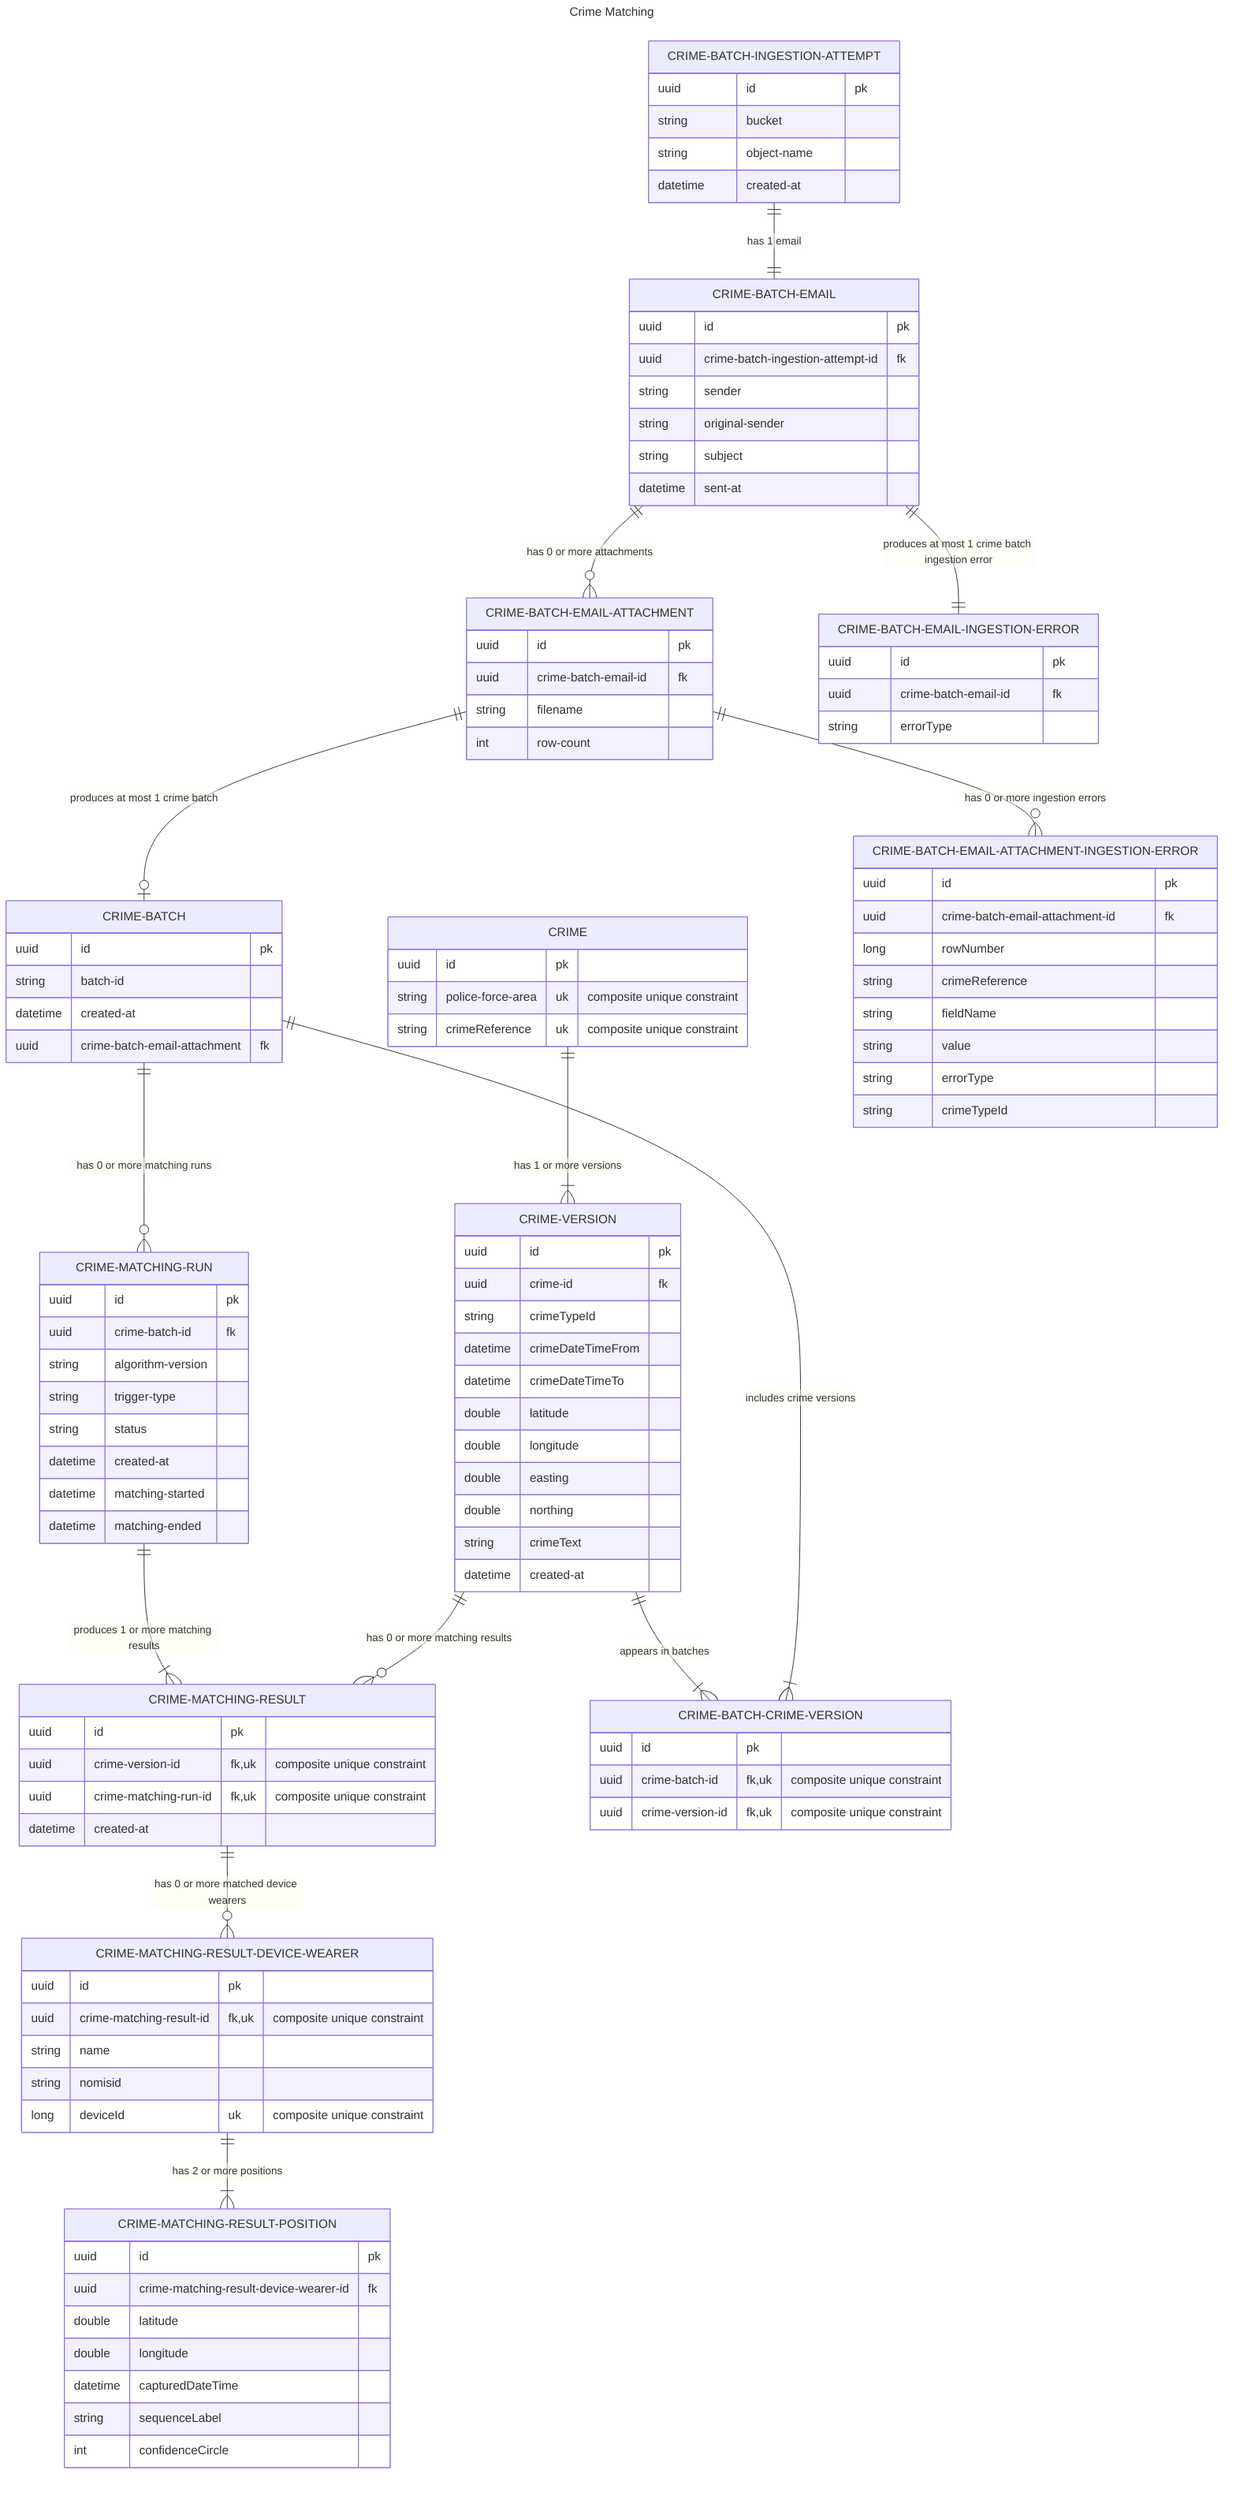
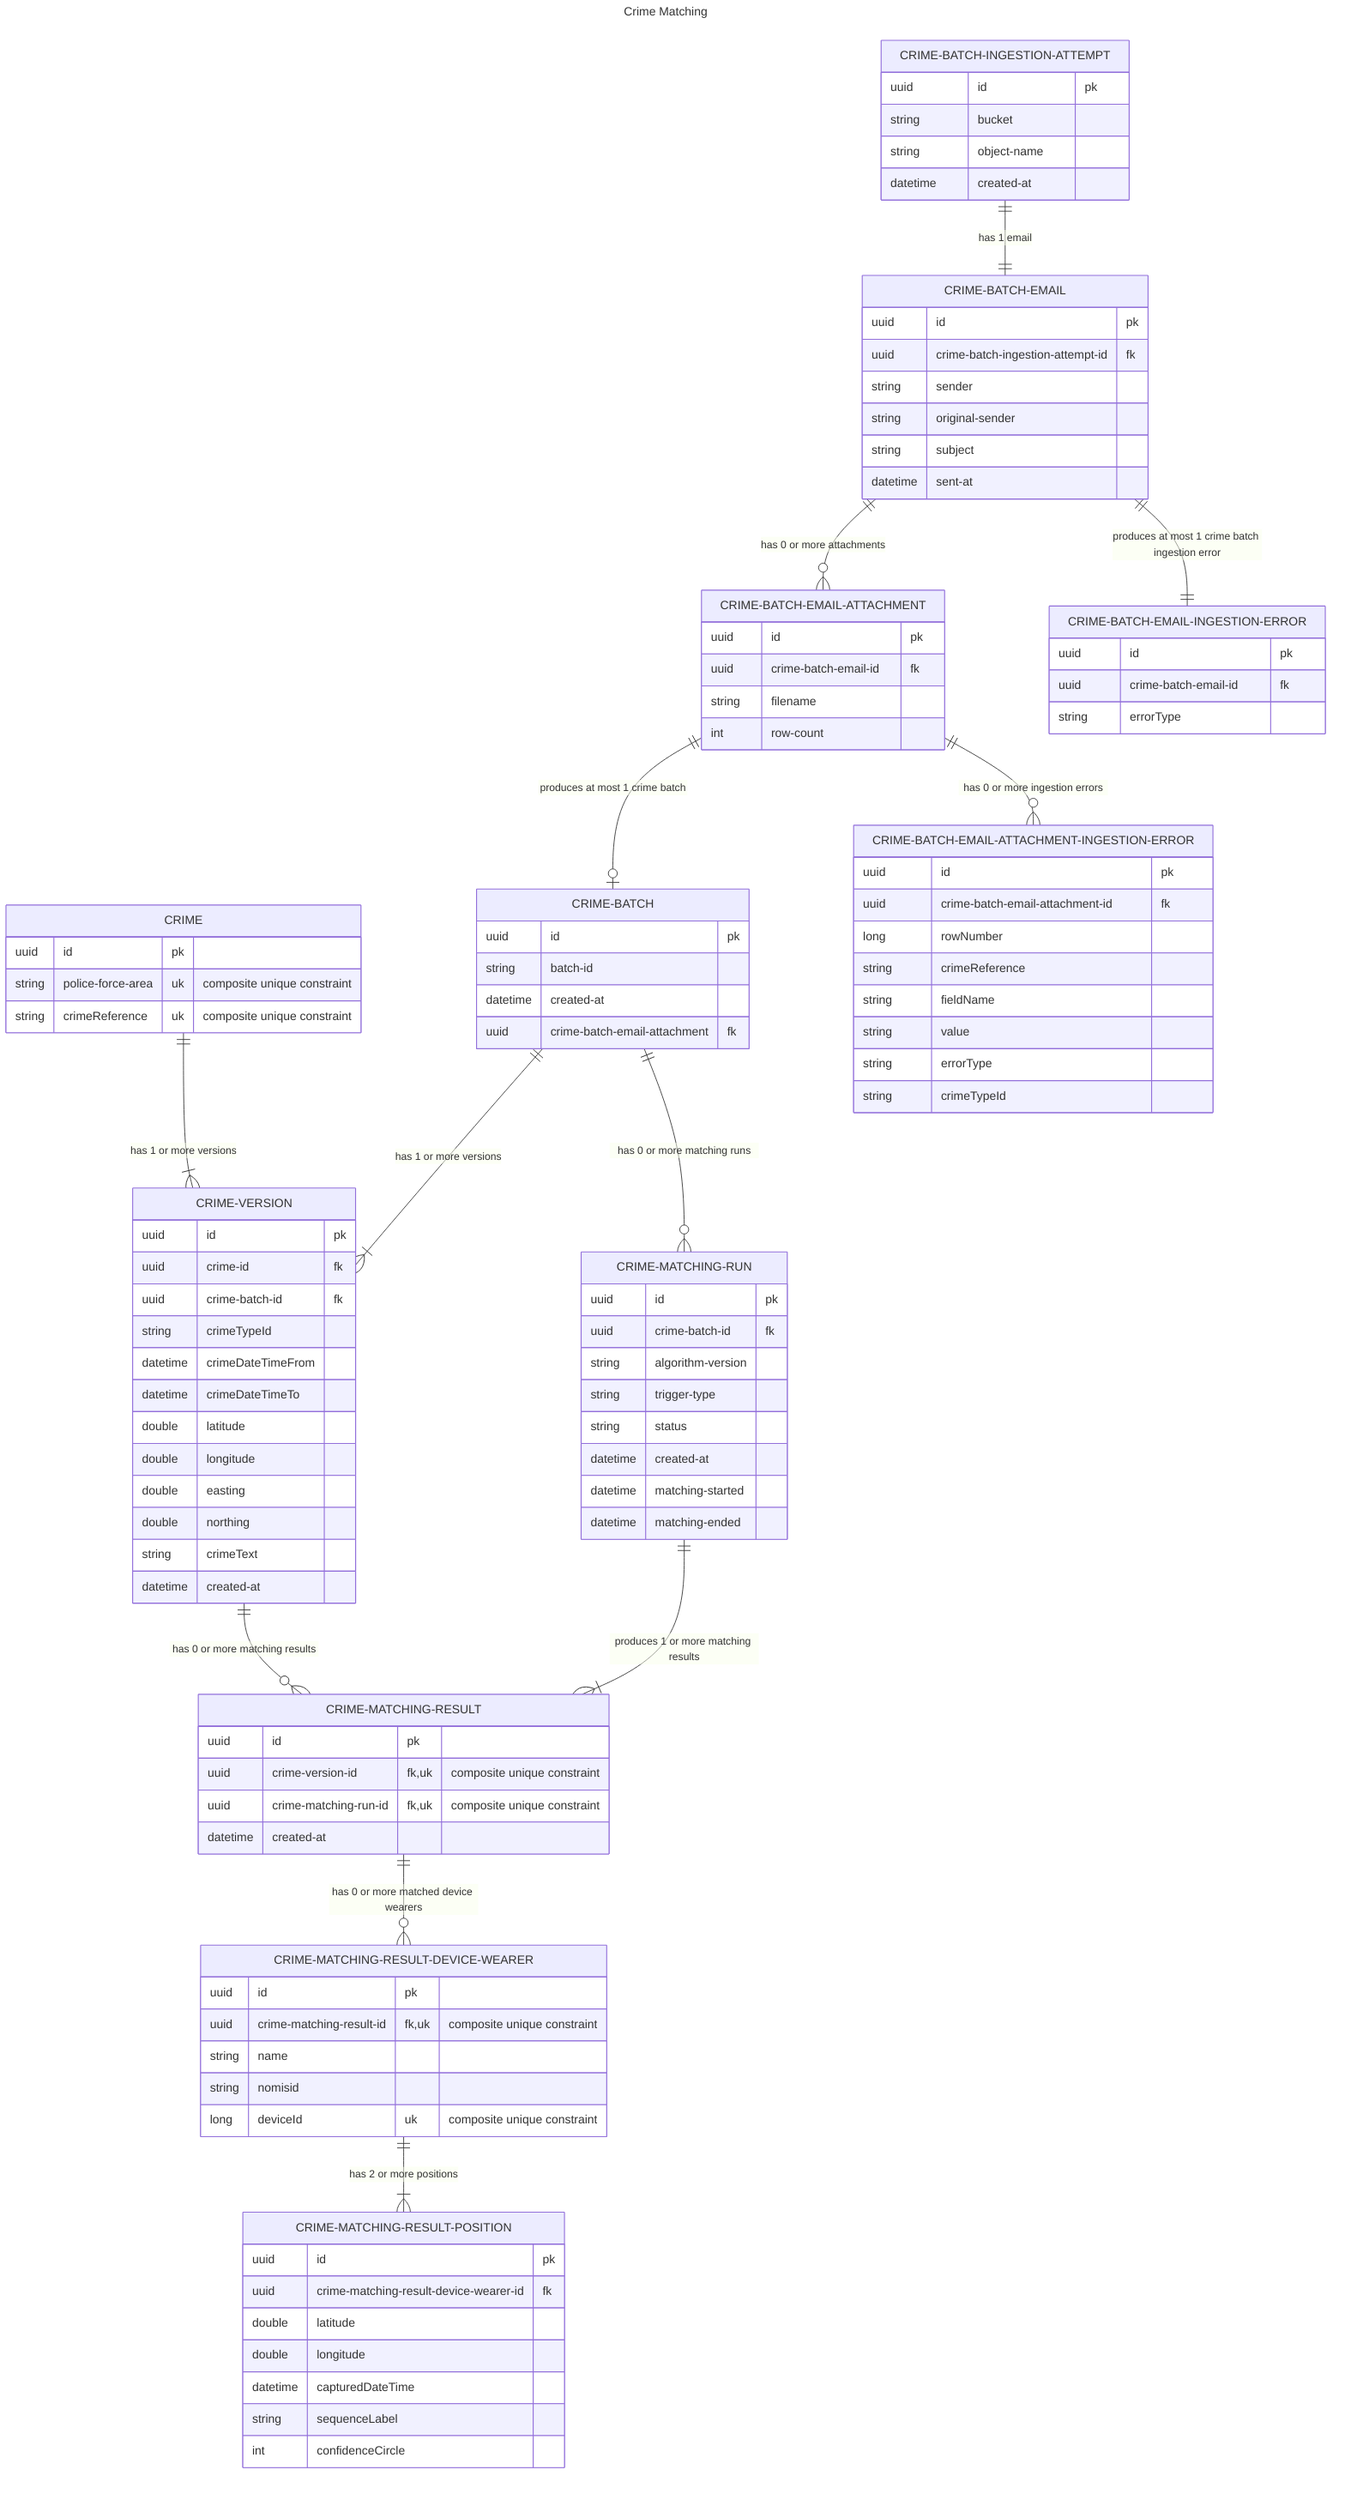
---
title: Crime Matching
---
erDiagram
    %% Domain
    CRIME 1 to 1+ CRIME-VERSION : "has 1 or more versions"
    CRIME-VERSION 1 to 0+ CRIME-MATCHING-RESULT : "has 0 or more matching results"
-     CRIME-BATCH 1 to 1+ CRIME-BATCH-CRIME-VERSION : "includes crime versions"
-     CRIME-VERSION 1 to 1+ CRIME-BATCH-CRIME-VERSION : "appears in batches"
+     CRIME-BATCH 1 to 1+ CRIME-VERSION : "has 1 or more versions"

    %% Ingestion
    CRIME-BATCH-EMAIL-ATTACHMENT 1 to zero or one CRIME-BATCH : "produces at most 1 crime batch"
    CRIME-BATCH-INGESTION-ATTEMPT 1 to 1 CRIME-BATCH-EMAIL : "has 1 email"
    CRIME-BATCH-EMAIL 1 to 0+ CRIME-BATCH-EMAIL-ATTACHMENT : "has 0 or more attachments"
    CRIME-BATCH-EMAIL-ATTACHMENT 1 to zero or more CRIME-BATCH-EMAIL-ATTACHMENT-INGESTION-ERROR : "has 0 or more ingestion errors"
    CRIME-BATCH-EMAIL 1 to 1 CRIME-BATCH-EMAIL-INGESTION-ERROR : "produces at most 1 crime batch ingestion error"

    %% Matching
    CRIME-BATCH 1 to 0+ CRIME-MATCHING-RUN : "has 0 or more matching runs"
    CRIME-MATCHING-RUN 1 to 1+ CRIME-MATCHING-RESULT : "produces 1 or more matching results"
    CRIME-MATCHING-RESULT 1 to 0+ CRIME-MATCHING-RESULT-DEVICE-WEARER : "has 0 or more matched device wearers"
    CRIME-MATCHING-RESULT-DEVICE-WEARER 1 to 1+ CRIME-MATCHING-RESULT-POSITION : "has 2 or more positions"

    CRIME-BATCH {
        uuid id pk
        string batch-id
        datetime created-at
        uuid crime-batch-email-attachment fk
-     }
- 
-     CRIME-BATCH-CRIME-VERSION {
-         uuid id pk
-         uuid crime-batch-id fk, uk "composite unique constraint"
-         uuid crime-version-id fk, uk "composite unique constraint"
    }

    CRIME-BATCH-INGESTION-ATTEMPT {
        uuid id pk
        string bucket
        string object-name
        datetime created-at
    }

    CRIME-BATCH-EMAIL-INGESTION-ERROR  {
        uuid id pk
        uuid crime-batch-email-id fk
        string errorType
    }

    CRIME-BATCH-EMAIL {
        uuid id pk
        uuid crime-batch-ingestion-attempt-id fk
        string sender
        string original-sender
        string subject
        datetime sent-at
    }

    CRIME-BATCH-EMAIL-ATTACHMENT {
        uuid id pk
        uuid crime-batch-email-id fk
        string filename
        int row-count
    }

    CRIME-BATCH-EMAIL-ATTACHMENT-INGESTION-ERROR {
        uuid id pk
        uuid crime-batch-email-attachment-id fk
        long rowNumber
        string crimeReference
        string fieldName
        string value
        string errorType
        string crimeTypeId
    }

    CRIME {
        uuid id pk
        string police-force-area uk "composite unique constraint"
        string crimeReference uk "composite unique constraint"
    }

    CRIME-VERSION {
        uuid id pk
        uuid crime-id fk
+         uuid crime-batch-id fk
        string crimeTypeId
        datetime crimeDateTimeFrom
        datetime crimeDateTimeTo
        double latitude
        double longitude
        double easting
        double northing
        string crimeText
        datetime created-at
    }

    CRIME-MATCHING-RUN {
        uuid id pk
        uuid crime-batch-id fk
        string algorithm-version
        string trigger-type
        string status
        datetime created-at
        datetime matching-started
        datetime matching-ended
    }

    CRIME-MATCHING-RESULT {
        uuid id pk
        uuid crime-version-id fk, uk "composite unique constraint"
        uuid crime-matching-run-id fk, uk "composite unique constraint"
        datetime created-at
    }

    CRIME-MATCHING-RESULT-DEVICE-WEARER {
        uuid id pk
        uuid crime-matching-result-id fk, uk "composite unique constraint"
        string name
        string nomisid
        long deviceId uk "composite unique constraint"
    }

    CRIME-MATCHING-RESULT-POSITION {
        uuid id pk
        uuid crime-matching-result-device-wearer-id fk
        double latitude
        double longitude
        datetime capturedDateTime
        string sequenceLabel
        int confidenceCircle
    }